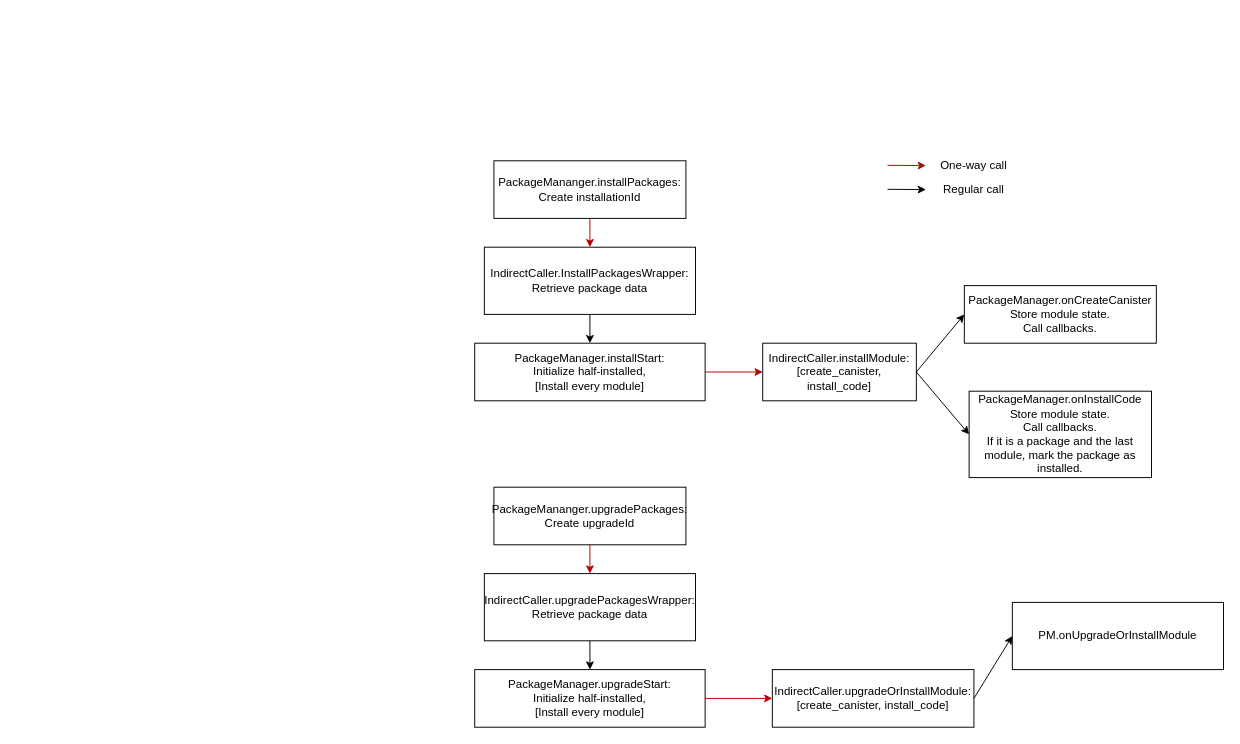
vporton/icp-package-manager keeps this draw.io diagram as docs/calls.drawio. Above is the earlier version. Source tidied: cells renumbered, new cells numbered last; positions are measured from the earlier drawing's top-left corner, leaving out a move shared by most shapes. Both pictures are drawn from the tidied source at 96%, with x=0, y=0 at pixel (474, 151).
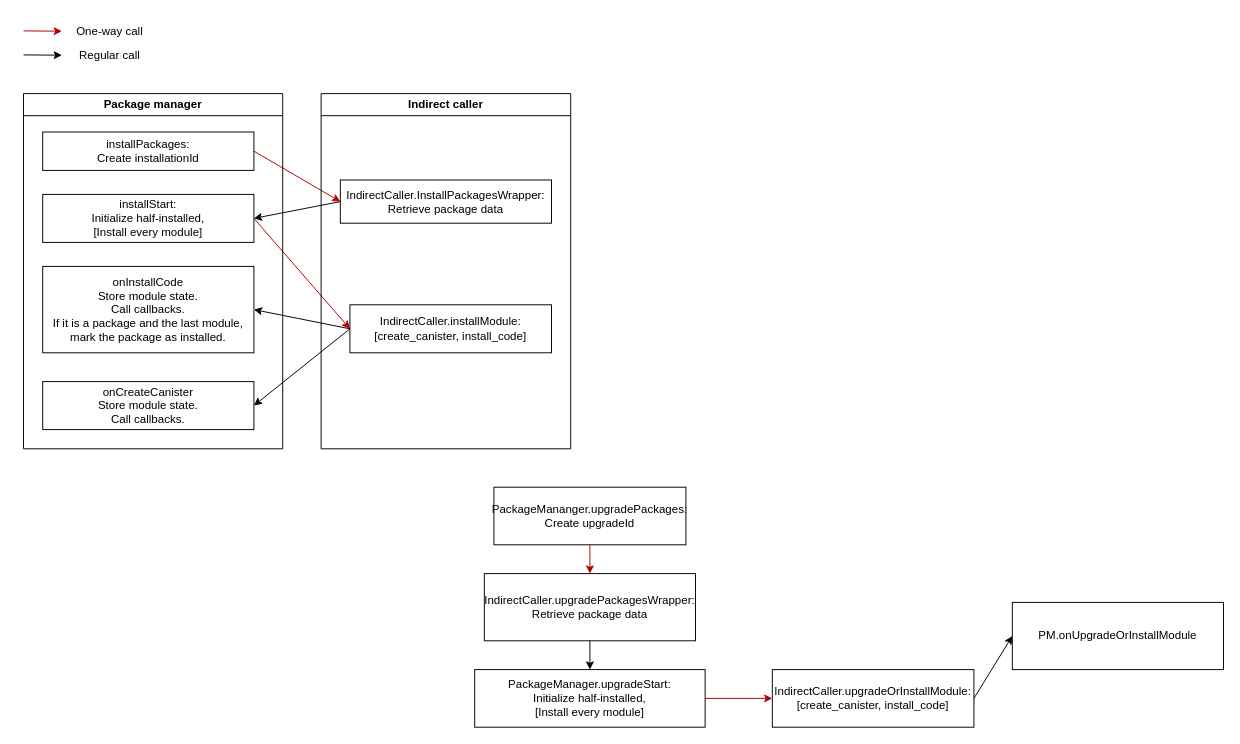
The same page after the edit.

Commit message:
docs: improved diagram

Diff of the diagram source:
```diff
@@
-    <mxCell id="2" value="PackageMananger.installPackages:&lt;br&gt;Create installationId" style="rounded=0;whiteSpace=wrap;html=1;" parent="1" vertex="1">
-      <mxGeometry x="20" y="10" width="200" height="60" as="geometry" />
-    </mxCell>
-    <mxCell id="3" value="&lt;div&gt;IndirectCaller.InstallPackagesWrapper:&lt;/div&gt;&lt;div&gt;Retrieve package data&lt;/div&gt;" style="rounded=0;whiteSpace=wrap;html=1;" parent="1" vertex="1">
-      <mxGeometry x="10" y="100" width="220" height="70" as="geometry" />
-    </mxCell>
-    <mxCell id="4" style="endArrow=classic;html=1;rounded=0;entryX=0.5;entryY=0;entryDx=0;entryDy=0;exitX=0.5;exitY=1;exitDx=0;exitDy=0;fillColor=#e51400;strokeColor=#B20000;" parent="1" edge="1" source="2" target="3">
+    <mxCell id="4" style="endArrow=classic;html=1;rounded=0;entryX=0;entryY=0.5;entryDx=0;entryDy=0;exitX=1;exitY=0.5;exitDx=0;exitDy=0;fillColor=#e51400;strokeColor=#B20000;" parent="1" edge="1" source="2" target="3">
       <mxGeometry relative="1" as="geometry" />
     </mxCell>
-    <mxCell id="5" value="&lt;div&gt;PackageManager.installStart:&lt;/div&gt;&lt;div&gt;Initialize half-installed,&lt;/div&gt;&lt;div&gt;[Install every module]&lt;/div&gt;" style="rounded=0;whiteSpace=wrap;html=1;" parent="1" vertex="1">
-      <mxGeometry y="200" width="240" height="60" as="geometry" />
-    </mxCell>
-    <mxCell id="6" style="endArrow=classic;html=1;rounded=0;exitX=0.5;exitY=1;exitDx=0;exitDy=0;entryX=0.5;entryY=0;entryDx=0;entryDy=0;" parent="1" edge="1" source="3" target="5">
+    <mxCell id="6" style="endArrow=classic;html=1;rounded=0;exitX=0;exitY=0.5;exitDx=0;exitDy=0;entryX=1;entryY=0.5;entryDx=0;entryDy=0;" parent="1" edge="1" source="3" target="5">
       <mxGeometry relative="1" as="geometry" />
     </mxCell>
-    <mxCell id="7" value="&lt;div&gt;IndirectCaller.installModule:&lt;/div&gt;&lt;div&gt;[create_canister, install_code]&lt;/div&gt;" style="rounded=0;whiteSpace=wrap;html=1;" parent="1" vertex="1">
-      <mxGeometry x="300" y="200" width="160" height="60" as="geometry" />
-    </mxCell>
-    <mxCell id="8" style="endArrow=classic;html=1;rounded=0;exitX=1;exitY=0.5;exitDx=0;exitDy=0;fillColor=#e51400;strokeColor=#B20000;" parent="1" edge="1" source="5" target="7">
+    <mxCell id="8" style="endArrow=classic;html=1;rounded=0;exitX=1;exitY=0.5;exitDx=0;exitDy=0;fillColor=#e51400;strokeColor=#B20000;entryX=0;entryY=0.5;entryDx=0;entryDy=0;" parent="1" edge="1" source="5" target="7">
       <mxGeometry relative="1" as="geometry" />
     </mxCell>
-    <mxCell id="9" value="&lt;div&gt;PackageManager.onCreateCanister&lt;/div&gt;&lt;div&gt;Store module state.&lt;/div&gt;&lt;div&gt;Call callbacks.&lt;/div&gt;" style="rounded=0;whiteSpace=wrap;html=1;" parent="1" vertex="1">
-      <mxGeometry x="510" y="140" width="200" height="60" as="geometry" />
-    </mxCell>
-    <mxCell id="10" value="&lt;div&gt;PackageManager.onInstallCode&lt;/div&gt;&lt;div&gt;Store module state.&lt;/div&gt;&lt;div&gt;Call callbacks.&lt;/div&gt;&lt;div&gt;If it is a package and the last module, mark the package as installed.&lt;/div&gt;" style="rounded=0;whiteSpace=wrap;html=1;" parent="1" vertex="1">
-      <mxGeometry x="515" y="250" width="190" height="90" as="geometry" />
-    </mxCell>
-    <mxCell id="11" style="endArrow=classic;html=1;rounded=0;exitX=1;exitY=0.5;exitDx=0;exitDy=0;" parent="1" edge="1" source="7">
-      <mxGeometry relative="1" as="geometry">
-        <mxPoint x="510" y="170" as="targetPoint" />
-      </mxGeometry>
+    <mxCell id="11" style="endArrow=classic;html=1;rounded=0;exitX=0;exitY=0.5;exitDx=0;exitDy=0;entryX=1;entryY=0.5;entryDx=0;entryDy=0;" parent="1" edge="1" source="7" target="9">
+      <mxGeometry relative="1" as="geometry" />
     </mxCell>
-    <mxCell id="12" style="endArrow=classic;html=1;rounded=0;entryX=0;entryY=0.5;entryDx=0;entryDy=0;" parent="1" edge="1" target="10">
-      <mxGeometry relative="1" as="geometry">
-        <mxPoint x="460" y="230" as="sourcePoint" />
-      </mxGeometry>
+    <mxCell id="12" style="endArrow=classic;html=1;rounded=0;entryX=1;entryY=0.5;entryDx=0;entryDy=0;exitX=0;exitY=0.5;exitDx=0;exitDy=0;" parent="1" edge="1" source="7" target="10">
+      <mxGeometry relative="1" as="geometry" />
     </mxCell>
     <mxCell id="13" style="endArrow=classic;html=1;rounded=0;fillColor=#e51400;strokeColor=#B20000;" parent="1" edge="1">
       <mxGeometry relative="1" as="geometry">
-        <mxPoint x="430" y="14.7" as="sourcePoint" />
-        <mxPoint x="470" y="15" as="targetPoint" />
+        <mxPoint x="-470" y="-125.3" as="sourcePoint" />
+        <mxPoint x="-430" y="-125" as="targetPoint" />
       </mxGeometry>
     </mxCell>
     <mxCell id="14" style="endArrow=classic;html=1;rounded=0;fillColor=#e51400;strokeColor=#000000;" parent="1" edge="1">
       <mxGeometry relative="1" as="geometry">
-        <mxPoint x="430" y="39.7" as="sourcePoint" />
-        <mxPoint x="470" y="40" as="targetPoint" />
+        <mxPoint x="-470" y="-100.3" as="sourcePoint" />
+        <mxPoint x="-430" y="-100" as="targetPoint" />
       </mxGeometry>
     </mxCell>
     <mxCell id="15" value="One-way call" style="text;html=1;align=center;verticalAlign=middle;whiteSpace=wrap;rounded=0;" parent="1" vertex="1">
-      <mxGeometry x="480" width="80" height="30" as="geometry" />
+      <mxGeometry x="-420" y="-140" width="80" height="30" as="geometry" />
     </mxCell>
     <mxCell id="16" value="Regular call" style="text;html=1;align=center;verticalAlign=middle;whiteSpace=wrap;rounded=0;" parent="1" vertex="1">
-      <mxGeometry x="480" y="25" width="80" height="30" as="geometry" />
+      <mxGeometry x="-420" y="-115" width="80" height="30" as="geometry" />
     </mxCell>
@@
+    <mxCell id="26" value="Package manager" style="swimlane;whiteSpace=wrap;html=1;" parent="1" vertex="1">
+      <mxGeometry x="-470" y="-60" width="270" height="370" as="geometry" />
+    </mxCell>
+    <mxCell id="2" value="installPackages:&lt;br&gt;Create installationId" style="rounded=0;whiteSpace=wrap;html=1;" parent="26" vertex="1">
+      <mxGeometry x="20" y="40" width="220" height="40" as="geometry" />
+    </mxCell>
+    <mxCell id="5" value="&lt;div&gt;installStart:&lt;/div&gt;&lt;div&gt;Initialize half-installed,&lt;/div&gt;&lt;div&gt;[Install every module]&lt;/div&gt;" style="rounded=0;whiteSpace=wrap;html=1;" parent="26" vertex="1">
+      <mxGeometry x="20" y="105" width="220" height="50" as="geometry" />
+    </mxCell>
+    <mxCell id="10" value="&lt;div&gt;onInstallCode&lt;/div&gt;&lt;div&gt;Store module state.&lt;/div&gt;&lt;div&gt;Call callbacks.&lt;/div&gt;&lt;div&gt;If it is a package and the last module, mark the package as installed.&lt;/div&gt;" style="rounded=0;whiteSpace=wrap;html=1;" parent="26" vertex="1">
+      <mxGeometry x="20" y="180" width="220" height="90" as="geometry" />
+    </mxCell>
+    <mxCell id="9" value="&lt;div&gt;onCreateCanister&lt;/div&gt;&lt;div&gt;Store module state.&lt;/div&gt;&lt;div&gt;Call callbacks.&lt;/div&gt;" style="rounded=0;whiteSpace=wrap;html=1;" parent="26" vertex="1">
+      <mxGeometry x="20" y="300" width="220" height="50" as="geometry" />
+    </mxCell>
+    <mxCell id="27" value="Indirect caller" style="swimlane;whiteSpace=wrap;html=1;" parent="1" vertex="1">
+      <mxGeometry x="-160" y="-60" width="260" height="370" as="geometry" />
+    </mxCell>
+    <mxCell id="3" value="&lt;div&gt;IndirectCaller.InstallPackagesWrapper:&lt;/div&gt;&lt;div&gt;Retrieve package data&lt;/div&gt;" style="rounded=0;whiteSpace=wrap;html=1;" parent="27" vertex="1">
+      <mxGeometry x="20" y="90" width="220" height="45" as="geometry" />
+    </mxCell>
+    <mxCell id="7" value="&lt;div&gt;IndirectCaller.installModule:&lt;/div&gt;&lt;div&gt;[create_canister, install_code]&lt;/div&gt;" style="rounded=0;whiteSpace=wrap;html=1;" parent="27" vertex="1">
+      <mxGeometry x="30" y="220" width="210" height="50" as="geometry" />
+    </mxCell>
```
